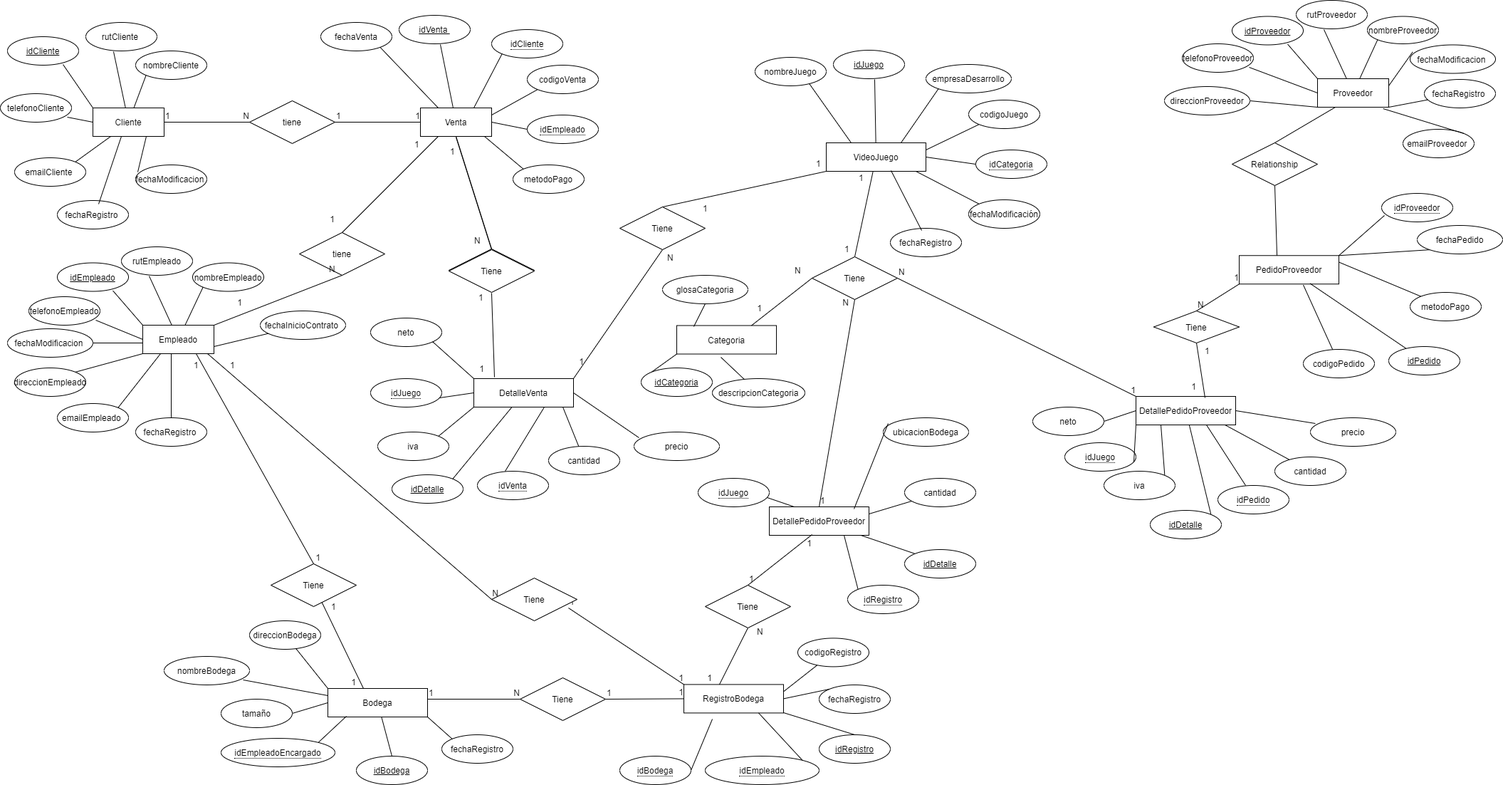
derajah/modulo_lenguaje_de_consultas_a_una_base_de_datos keeps this draw.io diagram as 26_06_2021/dia6_semana9_Entidad_Relacion.png. Above is the earlier version. Source tidied: cells renumbered, new cells last; positions are measured from the earlier drawing's top-left corner, leaving out a move shared by most shapes.
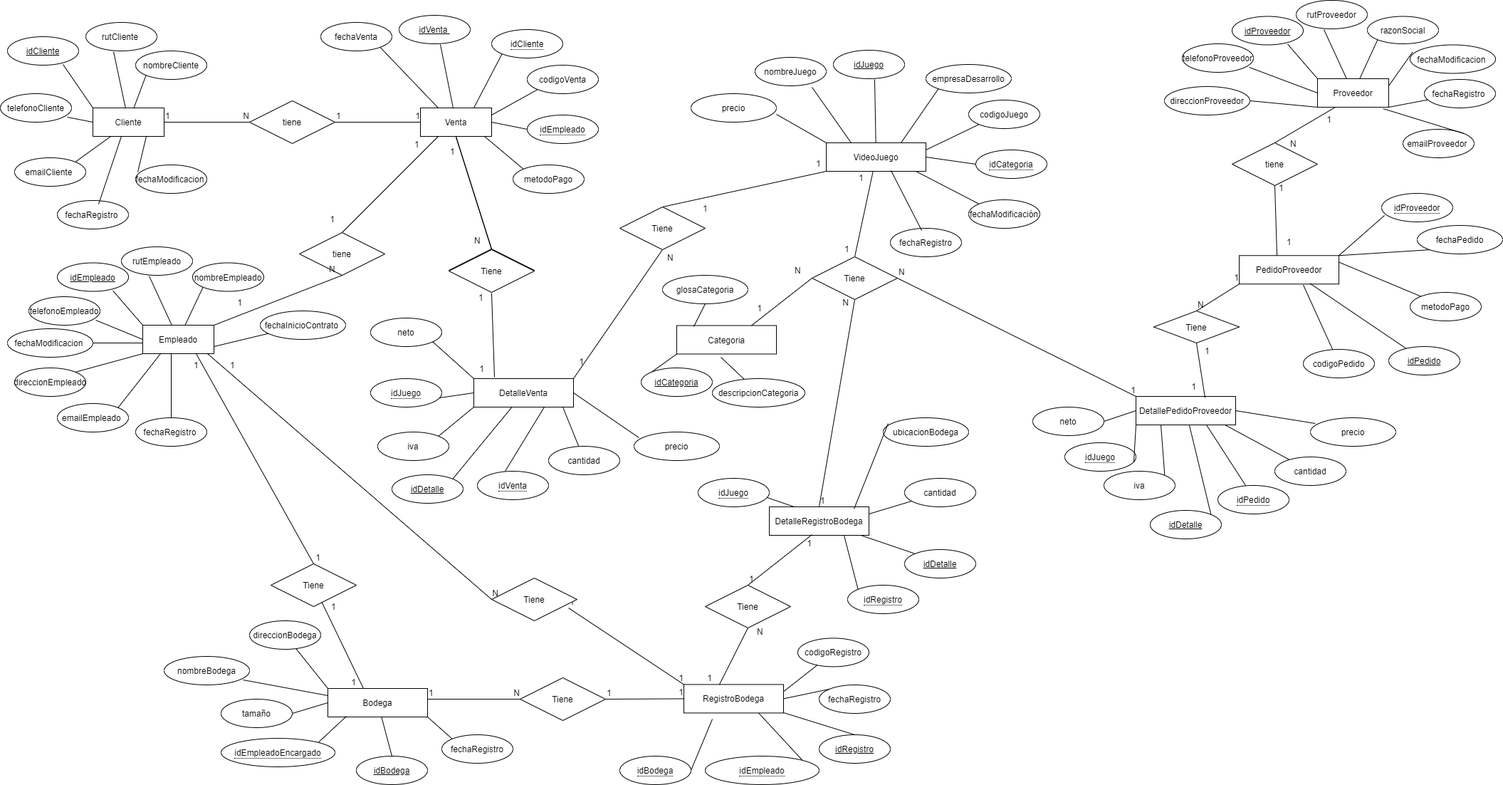
The same file after the commit.

Change to the diagram source:
```diff
@@ -219,7 +219,7 @@
     <mxCell id="70" style="endArrow=none;html=1;rounded=0;exitX=0;exitY=0;exitDx=0;exitDy=0;entryX=0.9;entryY=1;entryDx=0;entryDy=0;entryPerimeter=0;" parent="1" edge="1" source="74" target="63">
       <mxGeometry relative="1" as="geometry" />
     </mxCell>
-    <mxCell id="71" style="endArrow=none;html=1;rounded=0;exitX=0.5;exitY=0;exitDx=0;exitDy=0;entryX=0.25;entryY=0;entryDx=0;entryDy=0;" parent="1" edge="1" source="75" target="63">
+    <mxCell id="71" style="endArrow=none;html=1;rounded=0;exitX=0.8;exitY=1.05;exitDx=0;exitDy=0;entryX=0.25;entryY=0;entryDx=0;entryDy=0;exitPerimeter=0;" parent="1" edge="1" source="75" target="63">
       <mxGeometry relative="1" as="geometry" />
     </mxCell>
     <mxCell id="72" value="&lt;div style=&quot;text-align: left&quot;&gt;&lt;span&gt;idJuego&lt;/span&gt;&lt;/div&gt;" style="ellipse;whiteSpace=wrap;html=1;align=center;fontStyle=4;" parent="1" vertex="1">
@@ -466,7 +466,7 @@
     <mxCell id="143" value="&lt;div style=&quot;text-align: left&quot;&gt;&lt;span&gt;rutProveedor&lt;/span&gt;&lt;/div&gt;" style="ellipse;whiteSpace=wrap;html=1;align=center;" parent="1" vertex="1">
       <mxGeometry x="1820" width="100" height="40" as="geometry" />
     </mxCell>
-    <mxCell id="144" value="&lt;span style=&quot;text-align: left&quot;&gt;nombre&lt;/span&gt;&lt;span style=&quot;text-align: left&quot;&gt;Proveedor&lt;/span&gt;" style="ellipse;whiteSpace=wrap;html=1;align=center;" parent="1" vertex="1">
+    <mxCell id="144" value="&lt;div style=&quot;text-align: left&quot;&gt;&lt;span&gt;razonSocial&lt;/span&gt;&lt;/div&gt;" style="ellipse;whiteSpace=wrap;html=1;align=center;" parent="1" vertex="1">
       <mxGeometry x="1920" y="22.5" width="100" height="38.5" as="geometry" />
     </mxCell>
     <mxCell id="145" value="&lt;span style=&quot;text-align: left&quot;&gt;telefono&lt;/span&gt;&lt;span style=&quot;text-align: left&quot;&gt;Proveedor&lt;/span&gt;" style="ellipse;whiteSpace=wrap;html=1;align=center;" parent="1" vertex="1">
@@ -523,7 +523,7 @@
     <mxCell id="162" value="Tiene" style="shape=rhombus;perimeter=rhombusPerimeter;whiteSpace=wrap;html=1;align=center;" parent="1" vertex="1">
       <mxGeometry x="1620" y="436" width="120" height="45" as="geometry" />
     </mxCell>
-    <mxCell id="163" value="Relationship" style="shape=rhombus;perimeter=rhombusPerimeter;whiteSpace=wrap;html=1;align=center;" parent="1" vertex="1">
+    <mxCell id="163" value="tiene" style="shape=rhombus;perimeter=rhombusPerimeter;whiteSpace=wrap;html=1;align=center;" parent="1" vertex="1">
       <mxGeometry x="1730" y="200" width="120" height="60" as="geometry" />
     </mxCell>
     <mxCell id="164" style="endArrow=none;html=1;rounded=0;entryX=0.25;entryY=1;entryDx=0;entryDy=0;exitX=0.5;exitY=0;exitDx=0;exitDy=0;" parent="1" edge="1" source="163" target="141">
@@ -584,7 +584,7 @@
         <mxPoint x="-12" y="-7.1" as="offset" />
       </mxGeometry>
     </mxCell>
-    <mxCell id="180" value="DetallePedidoProveedor" style="whiteSpace=wrap;html=1;align=center;" parent="1" vertex="1">
+    <mxCell id="180" value="DetalleRegistroBodega" style="whiteSpace=wrap;html=1;align=center;" parent="1" vertex="1">
       <mxGeometry x="1080" y="711" width="140" height="40" as="geometry" />
     </mxCell>
     <mxCell id="181" value="ubicacionBodega" style="ellipse;whiteSpace=wrap;html=1;align=center;" parent="1" vertex="1">
@@ -806,5 +806,29 @@
         <mxPoint x="10.1" as="offset" />
       </mxGeometry>
     </mxCell>
+    <mxCell id="246" value="precio" style="ellipse;whiteSpace=wrap;html=1;align=center;" parent="1" vertex="1">
+      <mxGeometry x="970" y="131" width="120" height="40" as="geometry" />
+    </mxCell>
+    <mxCell id="247" style="endArrow=none;html=1;rounded=0;exitX=1;exitY=0.725;exitDx=0;exitDy=0;entryX=0;entryY=0;entryDx=0;entryDy=0;exitPerimeter=0;" parent="1" edge="1" source="246" target="63">
+      <mxGeometry relative="1" as="geometry" />
+    </mxCell>
+    <mxCell id="248" value="1" style="html=1;align=right;verticalAlign=bottom;" parent="1" vertex="1">
+      <mxGeometry x="1750.1" y="408.2" as="geometry">
+        <mxPoint x="120" y="-232" as="offset" />
+      </mxGeometry>
+    </mxCell>
+    <mxCell id="249" value="N" style="html=1;align=left;verticalAlign=bottom;" parent="1" vertex="1">
+      <mxGeometry x="1810" y="210" as="geometry" />
+    </mxCell>
+    <mxCell id="250" value="1" style="html=1;align=left;verticalAlign=bottom;" parent="1" vertex="1">
+      <mxGeometry x="1700" y="511" as="geometry">
+        <mxPoint x="94" y="-239" as="offset" />
+      </mxGeometry>
+    </mxCell>
+    <mxCell id="251" value="1" style="html=1;align=left;verticalAlign=bottom;" parent="1" vertex="1">
+      <mxGeometry x="1710" y="521" as="geometry">
+        <mxPoint x="95" y="-173" as="offset" />
+      </mxGeometry>
+    </mxCell>
   </root>
 </mxGraphModel>
```
